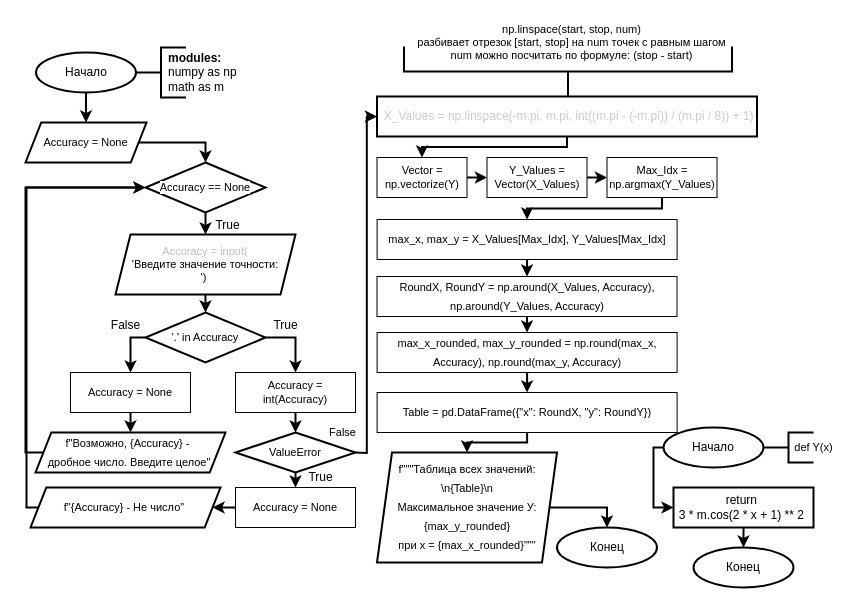
Above: Code/Arkhipov/Labs/Lab 5/Flowchart.drawio in JayStorm228/CollegeStudy (draw.io), before the change. Source tidied: cells renumbered, new cells numbered last; positions are measured from the earlier drawing's top-left corner, leaving out a move shared by most shapes. Both pictures are drawn from the tidied source at 100%, with x=0, y=0 at pixel (25, -93).
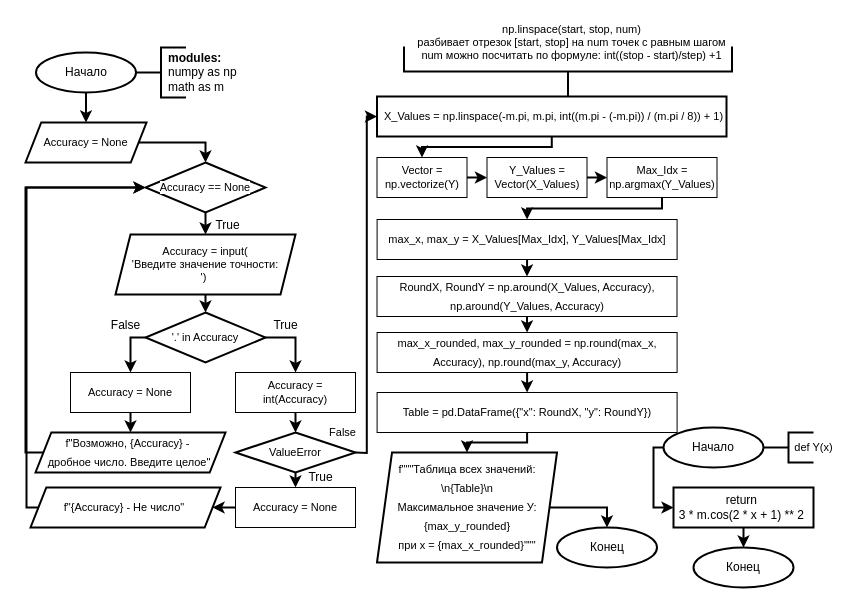
After the change.

The change refers to these unchanged cells:
```xml
<mxCell id="8" style="group;" parent="1" vertex="1">
  <mxGeometry x="405" y="120" width="331" height="64" as="geometry" />
</mxCell>
<mxCell id="38" style="group;" parent="36" vertex="1">
  <mxGeometry width="330" height="405" as="geometry" />
</mxCell>
```

Change to the diagram source:
```diff
@@
-    <mxCell id="7" value="&lt;div style=&quot;line-height: 19px; white-space: pre;&quot;&gt;&lt;font style=&quot;color: light-dark(rgb(204, 204, 204), rgb(255, 255, 255));&quot; face=&quot;Helvetica&quot;&gt;&amp;nbsp;X_Values = np.linspace(-m.pi, m.pi, int((m.pi - (-m.pi)) / (m.pi / 8)) + 1)&lt;/font&gt;&lt;/div&gt;" style="rounded=0;whiteSpace=wrap;html=1;absoluteArcSize=1;arcSize=14;strokeWidth=2;" parent="1" vertex="1">
-      <mxGeometry x="351.5" y="189" width="380" height="40" as="geometry" />
+    <mxCell id="7" value="&lt;div style=&quot;line-height: 19px; white-space: pre;&quot;&gt;&lt;font face=&quot;Helvetica&quot; style=&quot;&quot;&gt;&amp;nbsp;X_Values = np.linspace(-m.pi, m.pi, int((m.pi - (-m.pi)) / (m.pi / 8)) + 1)&lt;/font&gt;&lt;/div&gt;" style="rounded=0;whiteSpace=wrap;html=1;absoluteArcSize=1;arcSize=12;strokeWidth=2;strokeColor=default;align=center;verticalAlign=middle;fontFamily=Helvetica;fontSize=11;fontColor=default;labelBackgroundColor=none;fillColor=default;" parent="1" vertex="1">
+      <mxGeometry x="351.5" y="189" width="349.5" height="40" as="geometry" />
     </mxCell>
@@
-    <mxCell id="10" value="np.linspace(start, stop, num)&lt;div&gt;&lt;font style=&quot;color: light-dark(rgb(0, 0, 0), rgb(255, 255, 255));&quot;&gt;разбивает отрезок [start, stop] на num точек с равным шагом&lt;/font&gt;&lt;/div&gt;&lt;div&gt;&lt;font style=&quot;color: light-dark(rgb(0, 0, 0), rgb(255, 255, 255));&quot;&gt;num можно посчитать по формуле: (stop - start)&lt;/font&gt;&lt;/div&gt;" style="text;html=1;align=center;verticalAlign=middle;strokeColor=none;fillColor=none;fontFamily=Helvetica;fontSize=11;fontColor=default;labelBackgroundColor=default;" parent="8" vertex="1">
+    <mxCell id="10" value="np.linspace(start, stop, num)&lt;div&gt;&lt;font style=&quot;color: light-dark(rgb(0, 0, 0), rgb(255, 255, 255));&quot;&gt;разбивает отрезок [start, stop] на num точек с равным шагом&lt;/font&gt;&lt;/div&gt;&lt;div&gt;&lt;font style=&quot;color: light-dark(rgb(0, 0, 0), rgb(255, 255, 255));&quot;&gt;num можно посчитать по формуле: int((stop - start)/step) +1&lt;/font&gt;&lt;/div&gt;" style="text;html=1;align=center;verticalAlign=middle;strokeColor=none;fillColor=none;fontFamily=Helvetica;fontSize=11;fontColor=default;labelBackgroundColor=default;" parent="8" vertex="1">
       <mxGeometry x="-24" y="-10" width="330" height="50" as="geometry" />
     </mxCell>
@@
-    <mxCell id="42" value="&lt;span&gt;&lt;font style=&quot;&quot;&gt;&lt;font style=&quot;color: light-dark(rgb(192, 192, 192), rgb(255, 255, 255));&quot;&gt;Accuracy =&amp;nbsp;&lt;/font&gt;&lt;span style=&quot;color: rgb(192, 192, 192);&quot;&gt;&lt;font style=&quot;color: light-dark(rgb(192, 192, 192), rgb(255, 255, 255));&quot;&gt;input(&lt;/font&gt;&lt;/span&gt;&lt;/font&gt;&lt;/span&gt;&lt;div&gt;&lt;span&gt;&lt;font style=&quot;color: light-dark(rgb(0, 0, 0), rgb(255, 255, 255));&quot;&gt;'Введите значение точности:&lt;/font&gt;&lt;/span&gt;&lt;/div&gt;&lt;div&gt;&lt;span&gt;&lt;font style=&quot;color: light-dark(rgb(0, 0, 0), rgb(255, 255, 255));&quot;&gt;')&amp;nbsp;&lt;/font&gt;&lt;/span&gt;&lt;/div&gt;" style="shape=parallelogram;html=1;strokeWidth=2;perimeter=parallelogramPerimeter;whiteSpace=wrap;rounded=0;arcSize=12;size=0.08333333333333333;fontFamily=Helvetica;fontSize=11;fontColor=default;labelBackgroundColor=default;" parent="38" vertex="1">
+    <mxCell id="42" value="&lt;span&gt;&lt;font style=&quot;color: light-dark(rgb(0, 0, 0), rgb(255, 255, 255));&quot;&gt;&lt;font style=&quot;&quot;&gt;Accuracy =&amp;nbsp;&lt;/font&gt;&lt;span&gt;&lt;font style=&quot;&quot;&gt;input(&lt;/font&gt;&lt;/span&gt;&lt;/font&gt;&lt;/span&gt;&lt;div&gt;&lt;span&gt;&lt;font style=&quot;color: light-dark(rgb(0, 0, 0), rgb(255, 255, 255));&quot;&gt;'Введите значение точности:&lt;/font&gt;&lt;/span&gt;&lt;/div&gt;&lt;div&gt;&lt;span&gt;&lt;font style=&quot;color: light-dark(rgb(0, 0, 0), rgb(255, 255, 255));&quot;&gt;')&amp;nbsp;&lt;/font&gt;&lt;/span&gt;&lt;/div&gt;" style="shape=parallelogram;html=1;strokeWidth=2;perimeter=parallelogramPerimeter;whiteSpace=wrap;rounded=0;arcSize=12;size=0.08333333333333333;fontFamily=Helvetica;fontSize=11;fontColor=default;labelBackgroundColor=default;" parent="38" vertex="1">
       <mxGeometry x="90" y="112" width="180" height="60" as="geometry" />
     </mxCell>
```
